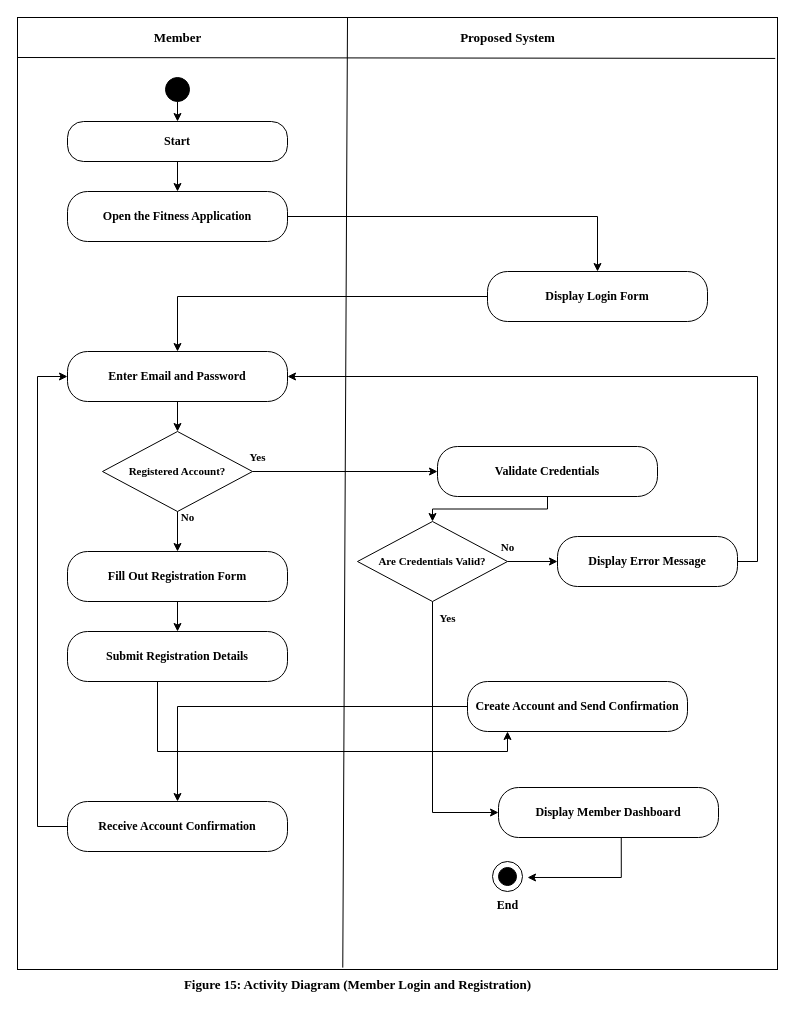
Before: chapter123/Activity-Fig15-Member-Login-Registration.drawio in JohnPaul010505/capstsh, a draw.io diagram. Source tidied: cells renumbered, new cells numbered last; positions are measured from the earlier drawing's top-left corner, leaving out a move shared by most shapes. Both pictures are drawn from the tidied source at 100%, with x=0, y=0 at pixel (17, 17).
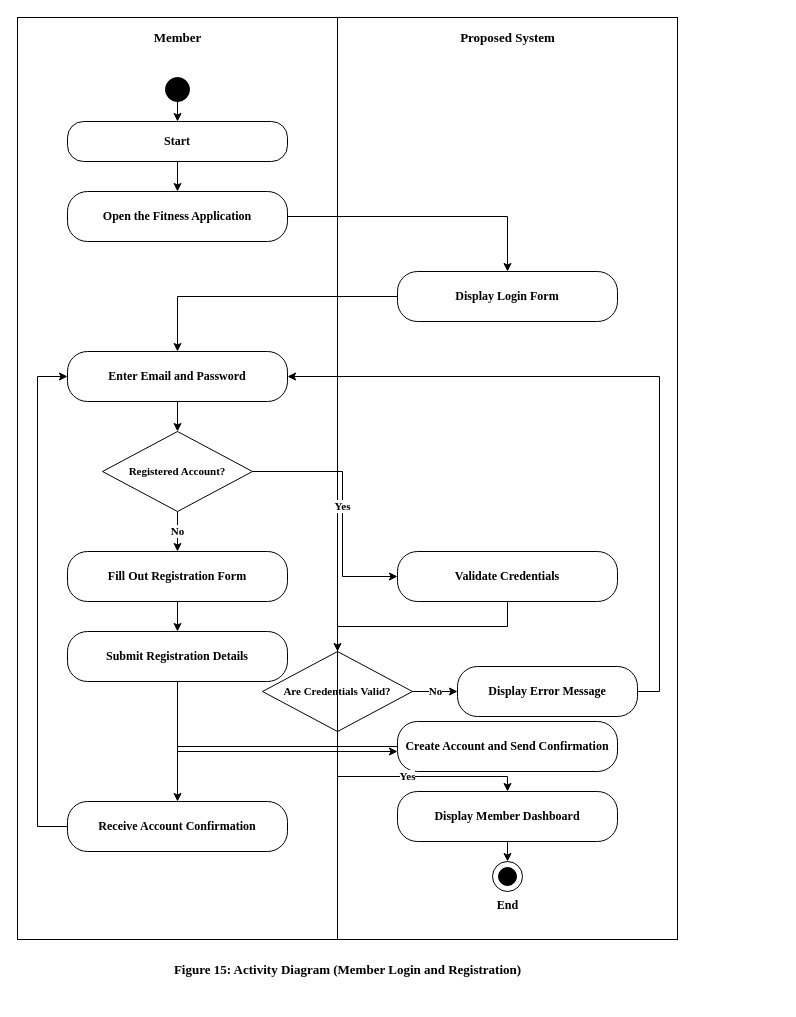
After the change.

Unchanged cells that the change refers to:
```xml
<mxCell id="7" value="Enter Email and Password" style="rounded=1;whiteSpace=wrap;html=1;arcSize=40;fillColor=#FFFFFF;strokeColor=#000000;fontFamily=Times New Roman;fontSize=12;fontStyle=1;" parent="1" vertex="1">
  <mxGeometry x="50" y="334" width="220" height="50" as="geometry" />
</mxCell>
<mxCell id="8" value="Registered Account?" style="rhombus;whiteSpace=wrap;html=1;fillColor=#FFFFFF;strokeColor=#000000;fontFamily=Times New Roman;fontSize=11;fontStyle=1;" parent="1" vertex="1">
  <mxGeometry x="85" y="414" width="150" height="80" as="geometry" />
</mxCell>
<mxCell id="10" value="Fill Out Registration Form" style="rounded=1;whiteSpace=wrap;html=1;arcSize=40;fillColor=#FFFFFF;strokeColor=#000000;fontFamily=Times New Roman;fontSize=12;fontStyle=1;" parent="1" vertex="1">
  <mxGeometry x="50" y="534" width="220" height="50" as="geometry" />
</mxCell>
<mxCell id="11" value="Submit Registration Details" style="rounded=1;whiteSpace=wrap;html=1;arcSize=40;fillColor=#FFFFFF;strokeColor=#000000;fontFamily=Times New Roman;fontSize=12;fontStyle=1;" parent="1" vertex="1">
  <mxGeometry x="50" y="614" width="220" height="50" as="geometry" />
</mxCell>
<mxCell id="17" style="ellipse;whiteSpace=wrap;html=1;fillColor=#FFFFFF;strokeColor=#000000;" parent="1" vertex="1">
  <mxGeometry x="475" y="844" width="30" height="30" as="geometry" />
</mxCell>
<mxCell id="20" value="Member" style="text;html=1;align=center;verticalAlign=middle;fontFamily=Times New Roman;fontSize=13;fontStyle=1;strokeColor=none;fillColor=none;" parent="1" vertex="1">
  <mxGeometry width="320" height="40" as="geometry" />
</mxCell>
```

The edit, as a diff of the source:
```diff
@@
     <mxCell id="2" style="rounded=0;whiteSpace=wrap;html=1;fillColor=none;strokeColor=#000000;" parent="1" vertex="1">
-      <mxGeometry width="760" height="952" as="geometry" />
+      <mxGeometry width="660" height="922" as="geometry" />
     </mxCell>
@@
     <mxCell id="6" value="Display Login Form" style="rounded=1;whiteSpace=wrap;html=1;arcSize=40;fillColor=#FFFFFF;strokeColor=#000000;fontFamily=Times New Roman;fontSize=12;fontStyle=1;" parent="1" vertex="1">
-      <mxGeometry x="470" y="254" width="220" height="50" as="geometry" />
+      <mxGeometry x="380" y="254" width="220" height="50" as="geometry" />
     </mxCell>
@@
     <mxCell id="9" value="Validate Credentials" style="rounded=1;whiteSpace=wrap;html=1;arcSize=40;fillColor=#FFFFFF;strokeColor=#000000;fontFamily=Times New Roman;fontSize=12;fontStyle=1;" parent="1" vertex="1">
-      <mxGeometry x="420" y="429" width="220" height="50" as="geometry" />
+      <mxGeometry x="380" y="534" width="220" height="50" as="geometry" />
     </mxCell>
@@
     <mxCell id="12" value="Are Credentials Valid?" style="rhombus;whiteSpace=wrap;html=1;fillColor=#FFFFFF;strokeColor=#000000;fontFamily=Times New Roman;fontSize=11;fontStyle=1;" parent="1" vertex="1">
-      <mxGeometry x="340" y="504" width="150" height="80" as="geometry" />
+      <mxGeometry x="245" y="634" width="150" height="80" as="geometry" />
     </mxCell>
     <mxCell id="13" value="Display Error Message" style="rounded=1;whiteSpace=wrap;html=1;arcSize=40;fillColor=#FFFFFF;strokeColor=#000000;fontFamily=Times New Roman;fontSize=12;fontStyle=1;" parent="1" vertex="1">
-      <mxGeometry x="540" y="519" width="180" height="50" as="geometry" />
+      <mxGeometry x="440" y="649" width="180" height="50" as="geometry" />
     </mxCell>
     <mxCell id="14" value="Create Account and Send Confirmation" style="rounded=1;whiteSpace=wrap;html=1;arcSize=40;fillColor=#FFFFFF;strokeColor=#000000;fontFamily=Times New Roman;fontSize=12;fontStyle=1;" parent="1" vertex="1">
-      <mxGeometry x="450" y="664" width="220" height="50" as="geometry" />
+      <mxGeometry x="380" y="704" width="220" height="50" as="geometry" />
     </mxCell>
     <mxCell id="15" value="Display Member Dashboard" style="rounded=1;whiteSpace=wrap;html=1;arcSize=40;fillColor=#FFFFFF;strokeColor=#000000;fontFamily=Times New Roman;fontSize=12;fontStyle=1;" parent="1" vertex="1">
-      <mxGeometry x="481" y="770" width="220" height="50" as="geometry" />
+      <mxGeometry x="380" y="774" width="220" height="50" as="geometry" />
     </mxCell>
@@
-    <mxCell id="22" style="endArrow=none;html=1;strokeColor=#000000;entryX=0.428;entryY=0.998;entryDx=0;entryDy=0;entryPerimeter=0;" parent="1" edge="1" target="2">
+    <mxCell id="22" style="endArrow=none;html=1;strokeColor=#000000;" parent="1" edge="1">
       <mxGeometry relative="1" as="geometry">
-        <mxPoint x="330" as="sourcePoint" />
+        <mxPoint x="320" as="sourcePoint" />
+        <mxPoint x="320" y="922" as="targetPoint" />
       </mxGeometry>
     </mxCell>
@@
     <mxCell id="28" value="No" style="edgeStyle=orthogonalEdgeStyle;rounded=0;html=1;strokeColor=#000000;fontFamily=Times New Roman;fontSize=11;fontStyle=1;labelBackgroundColor=#FFFFFF;" parent="1" edge="1" source="8" target="10">
-      <mxGeometry x="-0.7" y="10" relative="1" as="geometry" />
+      <mxGeometry relative="1" as="geometry" />
     </mxCell>
@@
     <mxCell id="30" style="edgeStyle=orthogonalEdgeStyle;rounded=0;html=1;strokeColor=#000000;" parent="1" edge="1" source="11" target="14">
       <mxGeometry relative="1" as="geometry">
         <Array as="points">
-          <mxPoint x="140" y="734" />
+          <mxPoint x="160" y="734" />
           <mxPoint x="490" y="734" />
         </Array>
       </mxGeometry>
     </mxCell>
@@
     <mxCell id="33" value="Yes" style="edgeStyle=orthogonalEdgeStyle;rounded=0;html=1;strokeColor=#000000;fontFamily=Times New Roman;fontSize=11;fontStyle=1;labelBackgroundColor=#FFFFFF;exitX=1;exitY=0.5;exitDx=0;exitDy=0;entryX=0;entryY=0.5;entryDx=0;entryDy=0;" parent="1" edge="1" source="8" target="9">
-      <mxGeometry x="-0.95" y="14" relative="1" as="geometry">
+      <mxGeometry relative="1" as="geometry">
         <Array as="points">
-          <mxPoint x="409.9" y="454" />
+          <mxPoint x="325" y="454" />
+          <mxPoint x="325" y="559" />
         </Array>
       </mxGeometry>
     </mxCell>
@@
-    <mxCell id="35" value="Yes" style="edgeStyle=orthogonalEdgeStyle;rounded=0;html=1;strokeColor=#000000;fontFamily=Times New Roman;fontSize=11;fontStyle=1;labelBackgroundColor=#FFFFFF;exitX=0.5;exitY=1;exitDx=0;exitDy=0;entryX=0;entryY=0.5;entryDx=0;entryDy=0;" parent="1" edge="1" source="12" target="15">
-      <mxGeometry x="-0.88" y="15" relative="1" as="geometry">
+    <mxCell id="35" value="Yes" style="edgeStyle=orthogonalEdgeStyle;rounded=0;html=1;strokeColor=#000000;fontFamily=Times New Roman;fontSize=11;fontStyle=1;labelBackgroundColor=#FFFFFF;exitX=0.5;exitY=1;exitDx=0;exitDy=0;entryX=0.5;entryY=0;entryDx=0;entryDy=0;" parent="1" edge="1" source="12" target="15">
+      <mxGeometry relative="1" as="geometry">
         <Array as="points">
-          <mxPoint x="415" y="795" />
+          <mxPoint x="320" y="759" />
         </Array>
       </mxGeometry>
     </mxCell>
     <mxCell id="36" value="No" style="edgeStyle=orthogonalEdgeStyle;rounded=0;html=1;strokeColor=#000000;fontFamily=Times New Roman;fontSize=11;fontStyle=1;labelBackgroundColor=#FFFFFF;exitX=1;exitY=0.5;exitDx=0;exitDy=0;entryX=0;entryY=0.5;entryDx=0;entryDy=0;" parent="1" edge="1" source="12" target="13">
-      <mxGeometry x="-1" y="14" relative="1" as="geometry" />
+      <mxGeometry relative="1" as="geometry" />
     </mxCell>
     <mxCell id="37" style="edgeStyle=orthogonalEdgeStyle;rounded=0;html=1;strokeColor=#000000;exitX=1;exitY=0.5;exitDx=0;exitDy=0;entryX=1;entryY=0.5;entryDx=0;entryDy=0;" parent="1" edge="1" source="13" target="7">
       <mxGeometry relative="1" as="geometry">
         <Array as="points">
-          <mxPoint x="740" y="544" />
-          <mxPoint x="740" y="359" />
+          <mxPoint x="642" y="674" />
+          <mxPoint x="642" y="359" />
         </Array>
       </mxGeometry>
     </mxCell>
-    <mxCell id="38" style="edgeStyle=orthogonalEdgeStyle;rounded=0;html=1;strokeColor=#000000;exitX=0.558;exitY=1;exitDx=0;exitDy=0;exitPerimeter=0;entryX=1.167;entryY=0.533;entryDx=0;entryDy=0;entryPerimeter=0;" parent="1" edge="1" source="15" target="17">
-      <mxGeometry relative="1" as="geometry">
-        <Array as="points">
-          <mxPoint x="603.8" y="860" />
-        </Array>
-      </mxGeometry>
+    <mxCell id="38" style="edgeStyle=orthogonalEdgeStyle;rounded=0;html=1;strokeColor=#000000;" parent="1" edge="1" source="15" target="17">
+      <mxGeometry relative="1" as="geometry" />
     </mxCell>
     <mxCell id="39" value="Figure 15: Activity Diagram (Member Login and Registration)" style="text;html=1;align=center;verticalAlign=middle;fontFamily=Times New Roman;fontSize=13;fontStyle=1;strokeColor=none;fillColor=none;" parent="1" vertex="1">
-      <mxGeometry x="10" y="952" width="660" height="30" as="geometry" />
+      <mxGeometry y="937" width="660" height="30" as="geometry" />
     </mxCell>
-    <mxCell id="40" style="endArrow=none;html=1;rounded=0;exitX=0;exitY=1;exitDx=0;exitDy=0;entryX=0.997;entryY=0.043;entryDx=0;entryDy=0;entryPerimeter=0;" parent="1" edge="1" source="20" target="2">
-      <mxGeometry relative="1" as="geometry" />
-    </mxCell>
```
